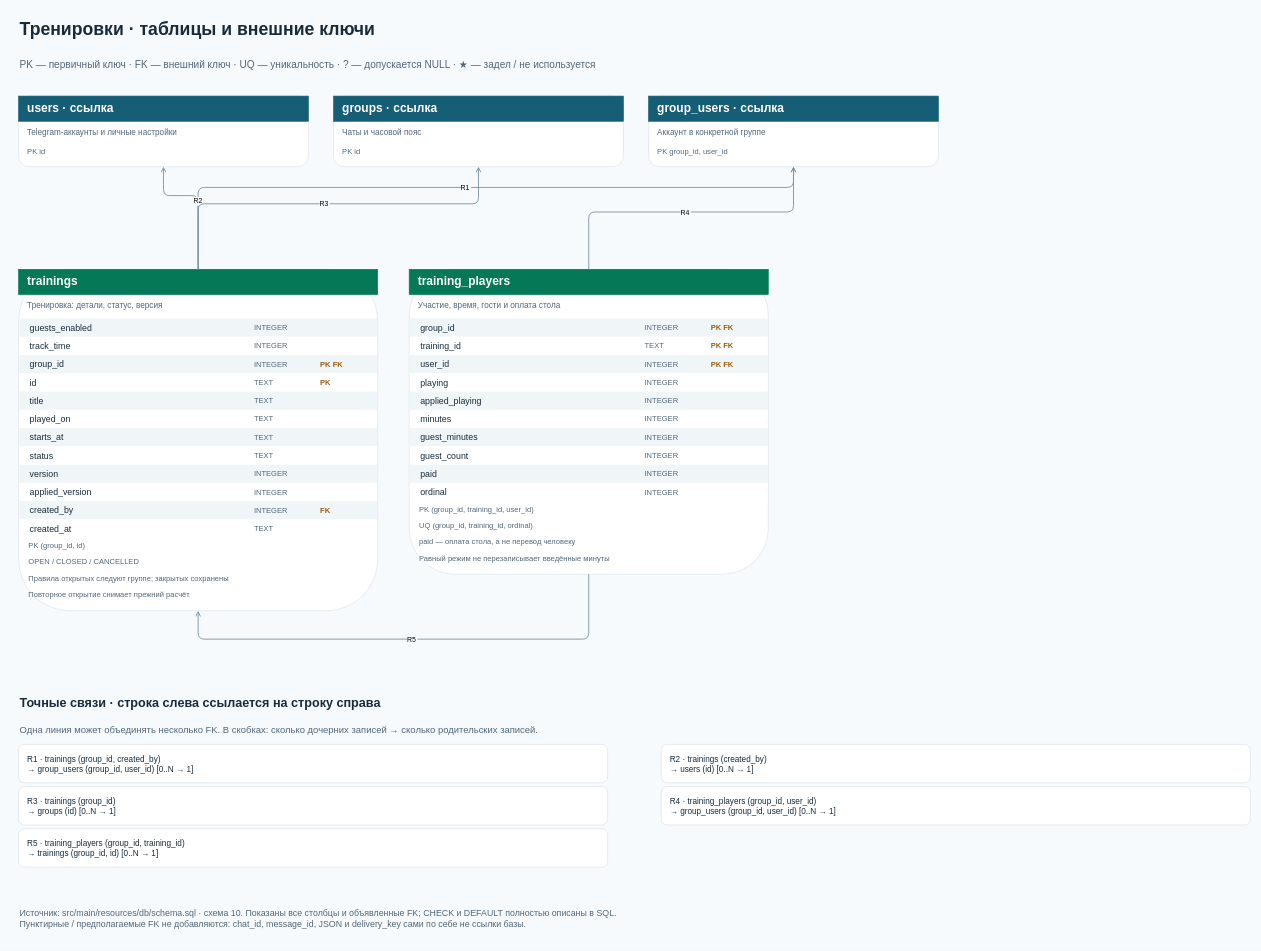
Before: page "03 · Тренировки" (3 of 6) of docs/diagrams/DATABASE_ERD.drawio in Romamor/tennis-split-bot, a draw.io diagram. Source tidied: cells renumbered, new cells numbered last; positions are measured from the earlier drawing's top-left corner, leaving out a move shared by most shapes. Both pictures are drawn from the tidied source at 63%, with x=0, y=0 at pixel (11, 11).
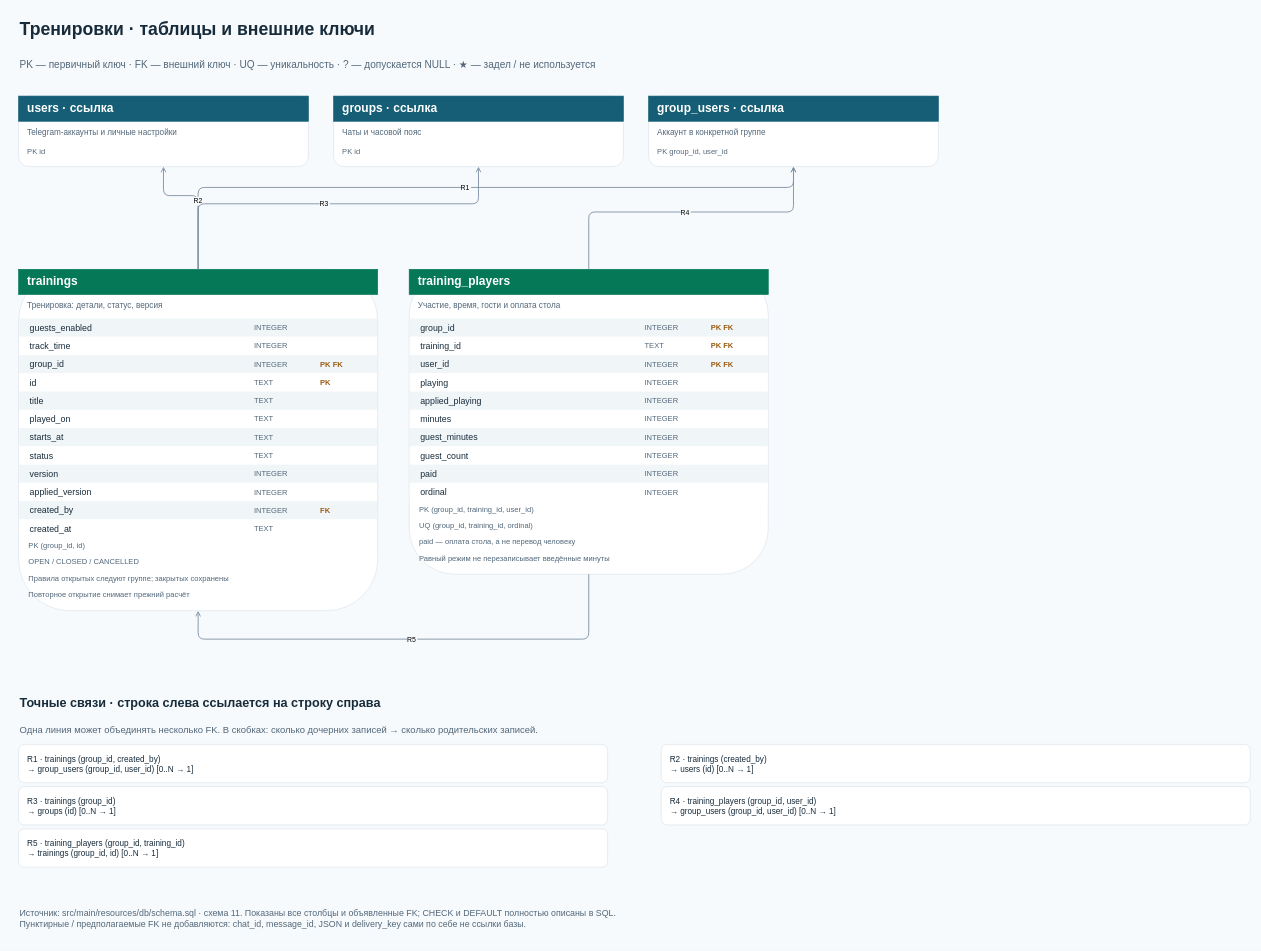
Above is the later version.

Diff of the diagram source:
```diff
@@
-    <mxCell id="130" value="Источник: src/main/resources/db/schema.sql · схема 10. Показаны все столбцы и объявленные FK; CHECK и DEFAULT полностью описаны в SQL.&#10;Пунктирные / предполагаемые FK не добавляются: chat_id, message_id, JSON и delivery_key сами по себе не ссылки базы." style="rounded=0;whiteSpace=wrap;html=0;fillColor=none;strokeColor=none;fontColor=#52677a;fontSize=14;fontFamily=Arial;align=left;verticalAlign=middle;spacingLeft=12;spacingRight=10;" parent="1" vertex="1">
+    <mxCell id="130" value="Источник: src/main/resources/db/schema.sql · схема 11. Показаны все столбцы и объявленные FK; CHECK и DEFAULT полностью описаны в SQL.&#10;Пунктирные / предполагаемые FK не добавляются: chat_id, message_id, JSON и delivery_key сами по себе не ссылки базы." style="rounded=0;whiteSpace=wrap;html=0;fillColor=none;strokeColor=none;fontColor=#52677a;fontSize=14;fontFamily=Arial;align=left;verticalAlign=middle;spacingLeft=12;spacingRight=10;" parent="1" vertex="1">
       <mxGeometry y="1405" width="1950" height="70" as="geometry" />
     </mxCell>
```
